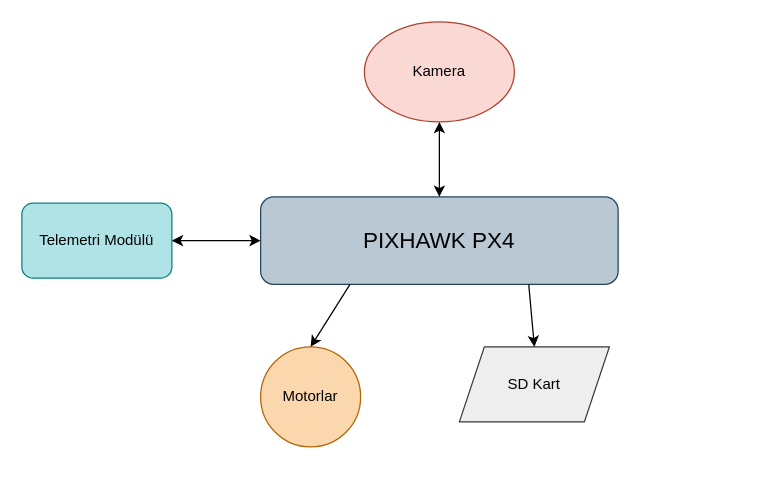
mthaasen/My-Diagrams keeps this draw.io diagram as Model Satellite Diagrams/Communications-Diagram.drawio. Above is the earlier version. Source tidied: cells renumbered, new cells numbered last; positions are measured from the earlier drawing's top-left corner, leaving out a move shared by most shapes. Both pictures are drawn from the tidied source at 125%, with x=0, y=0 at pixel (21, 21).
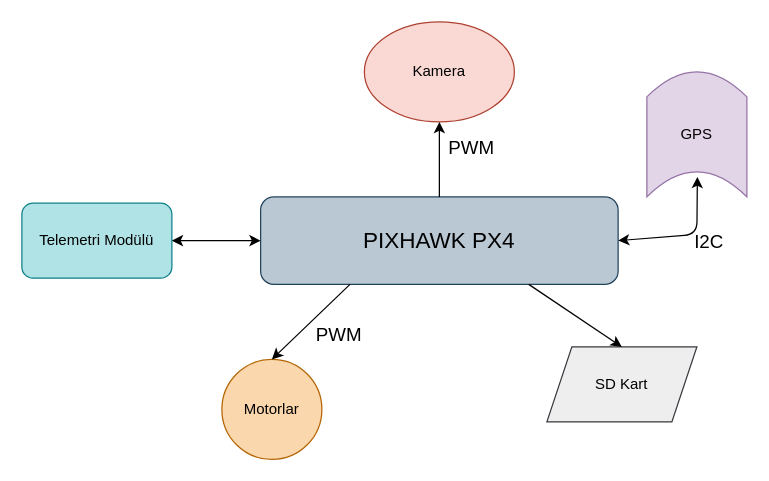
The same diagram, later.

Diff of the diagram source:
```diff
@@
 <mxGraphModel>
   <root>
     <mxCell id="0" />
     <mxCell id="1" parent="0" />
     <mxCell id="2" value="&lt;font style=&quot;font-size: 18px&quot;&gt;PIXHAWK PX4&lt;/font&gt;" style="rounded=1;whiteSpace=wrap;html=1;fillColor=#bac8d3;strokeColor=#23445d;" parent="1" vertex="1">
       <mxGeometry x="191" y="140" width="286" height="70" as="geometry" />
     </mxCell>
     <mxCell id="3" value="Kamera" style="ellipse;whiteSpace=wrap;html=1;fillColor=#fad9d5;strokeColor=#ae4132;" parent="1" vertex="1">
       <mxGeometry x="274" width="120" height="80" as="geometry" />
     </mxCell>
-    <mxCell id="4" style="endArrow=classic;startArrow=classic;html=1;entryX=0.5;entryY=1;entryDx=0;entryDy=0;exitX=0.5;exitY=0;exitDx=0;exitDy=0;" parent="1" edge="1" source="2" target="3">
-      <mxGeometry relative="1" as="geometry" />
-    </mxCell>
     <mxCell id="5" value="Telemetri Modülü" style="rounded=1;whiteSpace=wrap;html=1;fillColor=#b0e3e6;strokeColor=#0e8088;" parent="1" vertex="1">
       <mxGeometry y="145" width="120" height="60" as="geometry" />
     </mxCell>
     <mxCell id="6" style="endArrow=classic;startArrow=classic;html=1;entryX=0;entryY=0.5;entryDx=0;entryDy=0;exitX=1;exitY=0.5;exitDx=0;exitDy=0;" parent="1" edge="1" source="5" target="2">
       <mxGeometry relative="1" as="geometry" />
     </mxCell>
     <mxCell id="7" value="Motorlar" style="ellipse;whiteSpace=wrap;html=1;fillColor=#fad7ac;strokeColor=#b46504;" parent="1" vertex="1">
-      <mxGeometry x="191" y="260" width="80" height="80" as="geometry" />
+      <mxGeometry x="160" y="270" width="80" height="80" as="geometry" />
     </mxCell>
     <mxCell id="8" style="endArrow=classic;html=1;entryX=0.5;entryY=0;entryDx=0;entryDy=0;exitX=0.25;exitY=1;exitDx=0;exitDy=0;" parent="1" edge="1" source="2" target="7">
       <mxGeometry relative="1" as="geometry" />
     </mxCell>
     <mxCell id="9" value="SD Kart" style="shape=parallelogram;perimeter=parallelogramPerimeter;whiteSpace=wrap;html=1;fixedSize=1;fillColor=#eeeeee;strokeColor=#36393d;" parent="1" vertex="1">
-      <mxGeometry x="350" y="260" width="120" height="60" as="geometry" />
+      <mxGeometry x="420" y="260" width="120" height="60" as="geometry" />
     </mxCell>
     <mxCell id="10" style="endArrow=classic;html=1;entryX=0.5;entryY=0;entryDx=0;entryDy=0;exitX=0.75;exitY=1;exitDx=0;exitDy=0;" parent="1" edge="1" source="2" target="9">
       <mxGeometry relative="1" as="geometry" />
     </mxCell>
+    <mxCell id="11" value="GPS&lt;br&gt;" style="shape=dataStorage;whiteSpace=wrap;html=1;fixedSize=1;rotation=90;horizontal=0;verticalAlign=middle;flipH=0;flipV=0;fillColor=#e1d5e7;strokeColor=#9673a6;" parent="1" vertex="1">
+      <mxGeometry x="490" y="50" width="100" height="80" as="geometry" />
+    </mxCell>
+    <mxCell id="12" style="endArrow=classic;startArrow=classic;html=1;exitX=1;exitY=0.5;exitDx=0;exitDy=0;entryX=0.84;entryY=0.495;entryDx=0;entryDy=0;entryPerimeter=0;" parent="1" edge="1" source="2" target="11">
+      <mxGeometry relative="1" as="geometry">
+        <Array as="points">
+          <mxPoint x="540" y="170" />
+        </Array>
+      </mxGeometry>
+    </mxCell>
+    <mxCell id="13" value="&lt;font style=&quot;font-size: 15px&quot;&gt;I2C&lt;/font&gt;" style="text;html=1;strokeColor=none;fillColor=none;align=center;verticalAlign=middle;whiteSpace=wrap;rounded=0;" parent="1" vertex="1">
+      <mxGeometry x="530" y="165" width="40" height="20" as="geometry" />
+    </mxCell>
+    <mxCell id="14" value="&lt;font style=&quot;font-size: 15px&quot;&gt;PWM&lt;/font&gt;" style="text;html=1;strokeColor=none;fillColor=none;align=center;verticalAlign=middle;whiteSpace=wrap;rounded=0;" parent="1" vertex="1">
+      <mxGeometry x="234" y="240" width="40" height="20" as="geometry" />
+    </mxCell>
+    <mxCell id="15" value="&lt;font style=&quot;font-size: 15px&quot;&gt;PWM&lt;/font&gt;" style="text;html=1;strokeColor=none;fillColor=none;align=center;verticalAlign=middle;whiteSpace=wrap;rounded=0;" parent="1" vertex="1">
+      <mxGeometry x="340" y="90" width="40" height="20" as="geometry" />
+    </mxCell>
+    <mxCell id="4" style="endArrow=classic;html=1;exitX=0.5;exitY=0;exitDx=0;exitDy=0;entryX=0.5;entryY=1;entryDx=0;entryDy=0;" parent="1" edge="1" source="2" target="3">
+      <mxGeometry relative="1" as="geometry" />
+    </mxCell>
   </root>
 </mxGraphModel>
```
